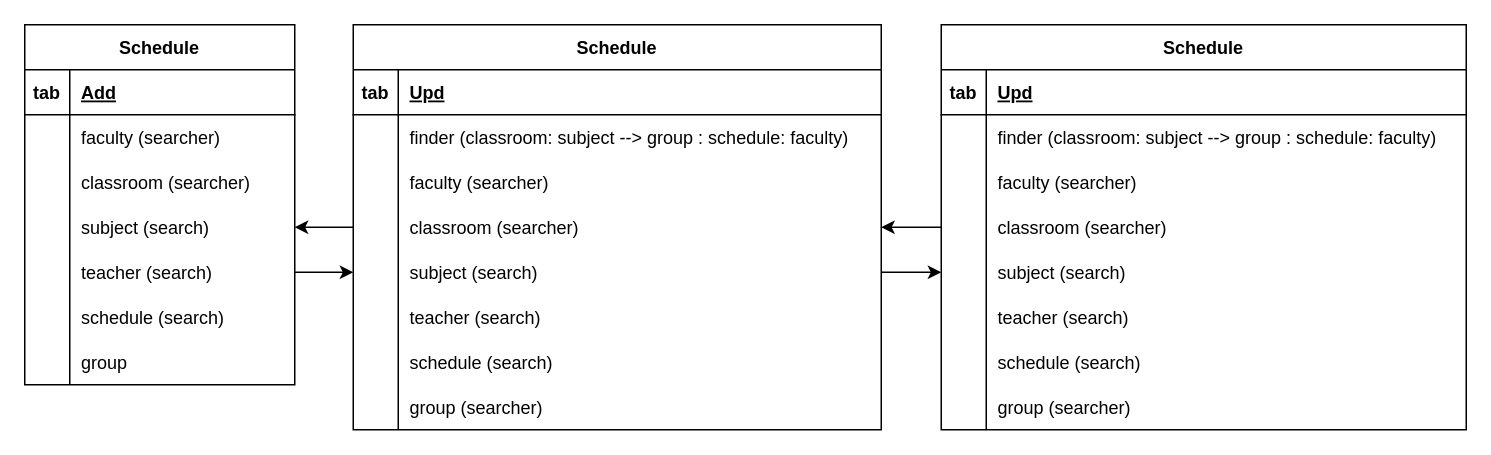
Earlier version of the draw.io diagram page "Schedule" (6 of 6) of Rectory.drawio (miguelrang/InscripcionHorarioSIASE-UANL-SIMULACION-2.0). Source tidied: cells renumbered, new cells numbered last; positions are measured from the earlier drawing's top-left corner, leaving out a move shared by most shapes. Both pictures are drawn from the tidied source at 150%, with x=0, y=0 at pixel (24, 24).
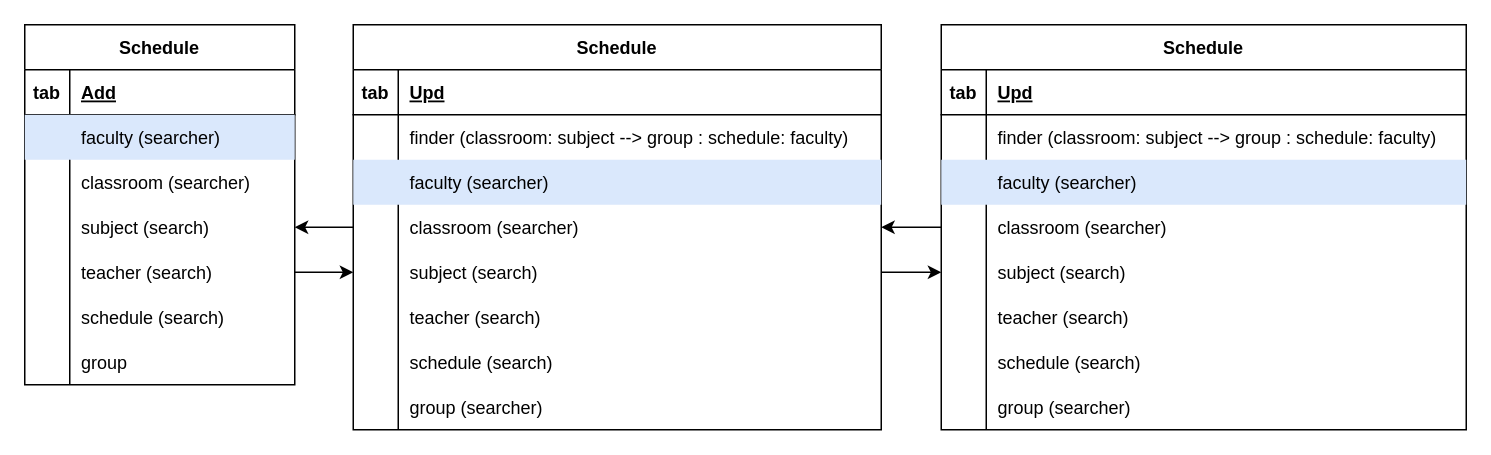
After the change.

Unchanged cells that the change refers to:
```xml
<mxCell id="2" value="Schedule" style="shape=table;startSize=30;childLayout=tableLayout;rowLines=0;fontStyle=1;align=center;" parent="1" vertex="1">
  <mxGeometry width="180" height="240" as="geometry" />
</mxCell>
<mxCell id="24" value="Schedule" style="shape=table;startSize=30;childLayout=tableLayout;rowLines=0;fontStyle=1;align=center;" parent="1" vertex="1">
  <mxGeometry x="219" width="352" height="270" as="geometry" />
</mxCell>
<mxCell id="52" value="Schedule" style="shape=table;startSize=30;childLayout=tableLayout;rowLines=0;fontStyle=1;align=center;" parent="1" vertex="1">
  <mxGeometry x="611" width="350" height="270" as="geometry" />
</mxCell>
```

The edit, as a diff of the source:
```diff
@@
-    <mxCell id="6" style="shape=tableRow;horizontal=0;startSize=0;swimlaneHead=0;swimlaneBody=0;fillColor=none;top=0;left=0;right=0;bottom=0;" parent="2" vertex="1">
+    <mxCell id="6" style="shape=tableRow;horizontal=0;startSize=0;swimlaneHead=0;swimlaneBody=0;fillColor=#dae8fc;top=0;left=0;right=0;bottom=0;strokeColor=#6c8ebf;" parent="2" vertex="1">
       <mxGeometry y="60" width="180" height="30" as="geometry" />
     </mxCell>
@@
-    <mxCell id="31" style="shape=tableRow;horizontal=0;startSize=0;swimlaneHead=0;swimlaneBody=0;fillColor=none;top=0;left=0;right=0;bottom=0;" parent="24" vertex="1">
+    <mxCell id="31" style="shape=tableRow;horizontal=0;startSize=0;swimlaneHead=0;swimlaneBody=0;fillColor=#dae8fc;top=0;left=0;right=0;bottom=0;strokeColor=#6c8ebf;" parent="24" vertex="1">
       <mxGeometry y="90" width="352" height="30" as="geometry" />
     </mxCell>
@@
-    <mxCell id="59" style="shape=tableRow;horizontal=0;startSize=0;swimlaneHead=0;swimlaneBody=0;fillColor=none;top=0;left=0;right=0;bottom=0;" parent="52" vertex="1">
+    <mxCell id="59" style="shape=tableRow;horizontal=0;startSize=0;swimlaneHead=0;swimlaneBody=0;fillColor=#dae8fc;top=0;left=0;right=0;bottom=0;strokeColor=#6c8ebf;" parent="52" vertex="1">
       <mxGeometry y="90" width="350" height="30" as="geometry" />
     </mxCell>
```
